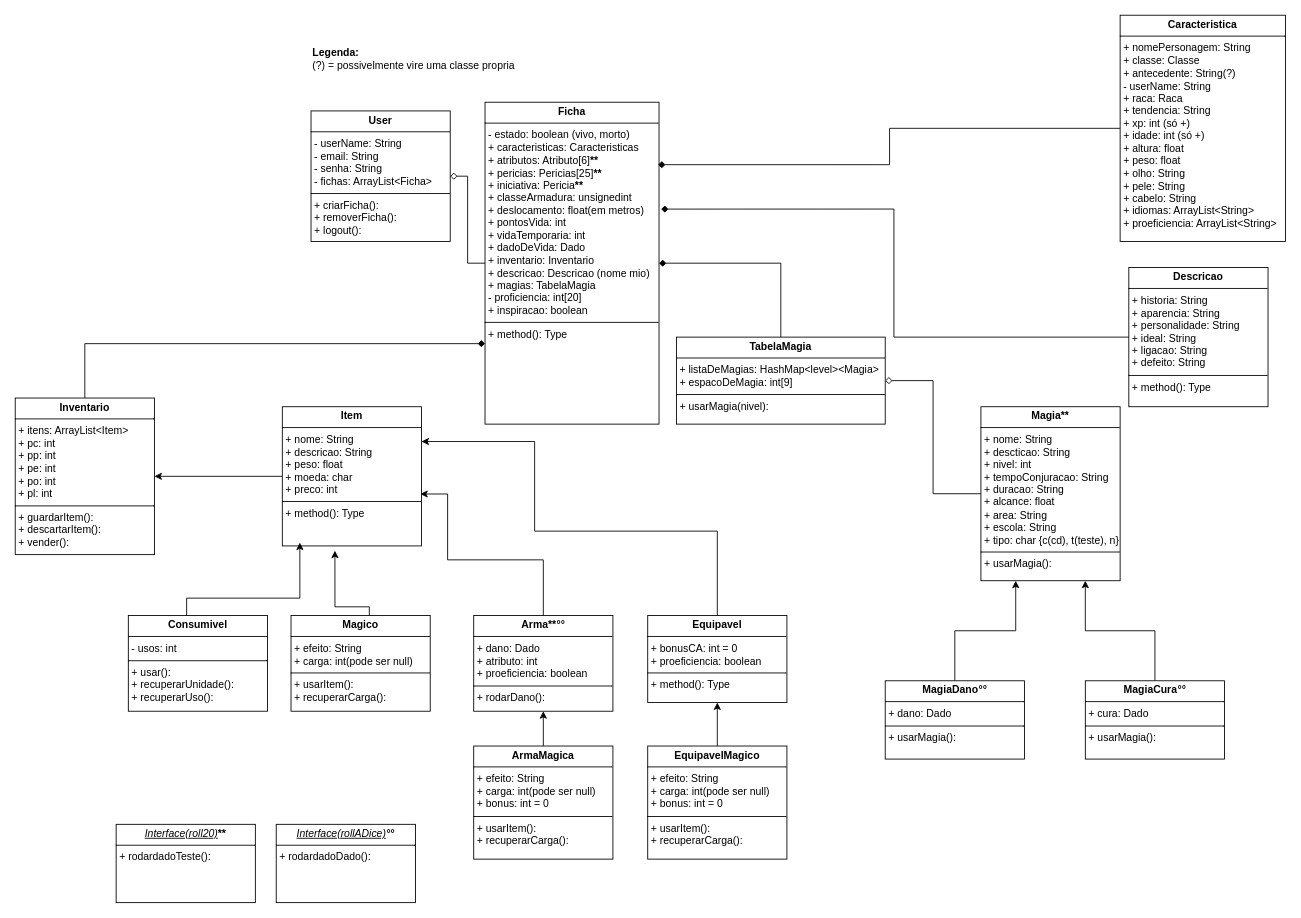
Fefeeu/App-Preenchedor-de-Fichas keeps this draw.io diagram as utilitarios/classes_RPP.drawio. Above is the earlier version. Source tidied: cells renumbered, new cells numbered last; positions are measured from the earlier drawing's top-left corner, leaving out a move shared by most shapes. Both pictures are drawn from the tidied source at 87%, with x=0, y=0 at pixel (15, 15).
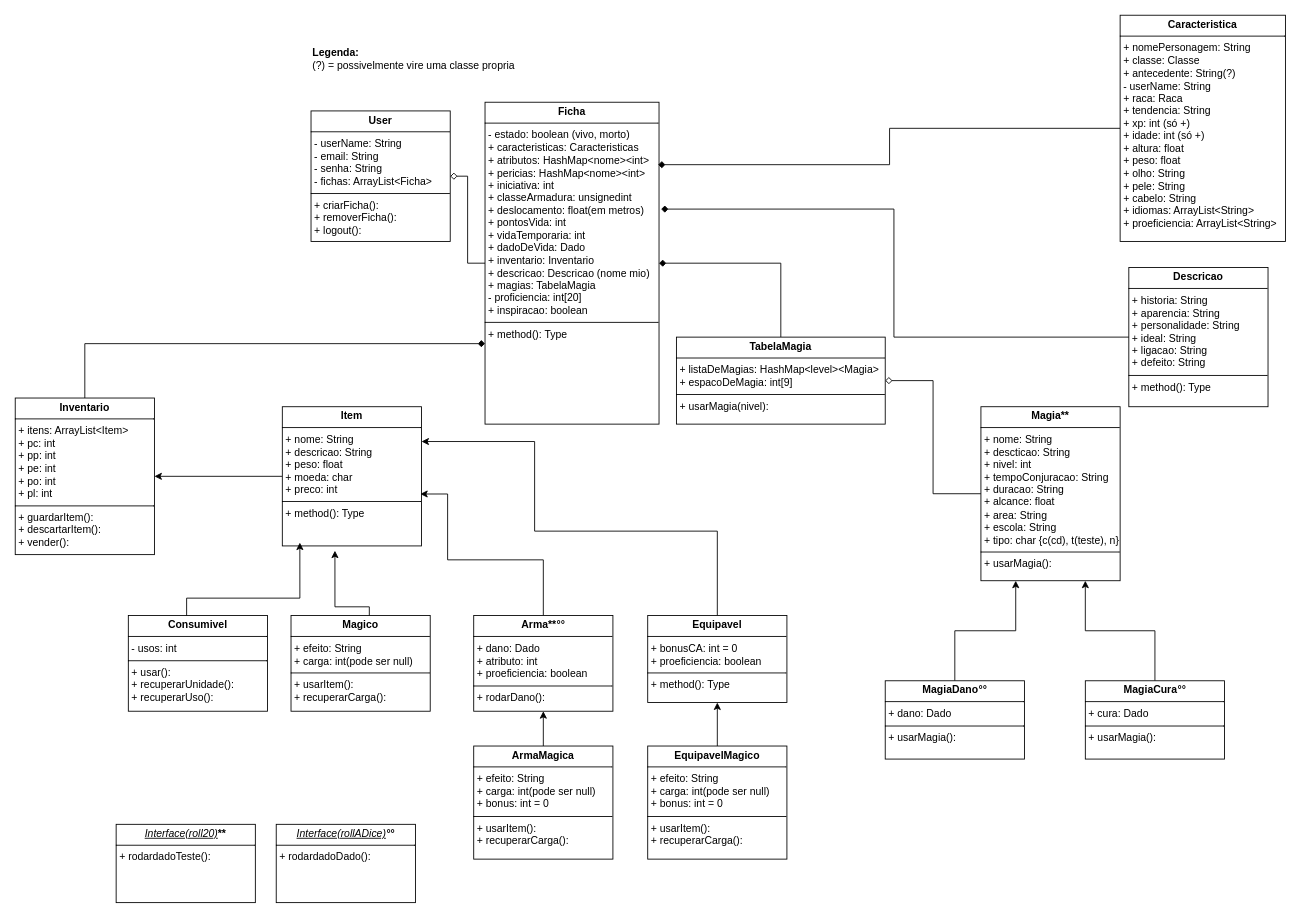
The same page after the edit.

The edit, as a diff of the source:
```diff
@@
-    <mxCell id="4" value="&lt;p style=&quot;margin:0px;margin-top:4px;text-align:center;&quot;&gt;&lt;b&gt;Ficha&lt;/b&gt;&lt;/p&gt;&lt;hr size=&quot;1&quot; style=&quot;border-style:solid;&quot;&gt;&lt;p style=&quot;margin:0px;margin-left:4px;&quot;&gt;- estado: boolean (vivo, morto)&lt;/p&gt;&lt;p style=&quot;margin:0px;margin-left:4px;&quot;&gt;+ caracteristicas: Caracteristicas&lt;/p&gt;&lt;p style=&quot;margin:0px;margin-left:4px;&quot;&gt;+ atributos: Atributo[6]&lt;b style=&quot;background-color: transparent; color: light-dark(rgb(0, 0, 0), rgb(255, 255, 255)); text-align: center;&quot;&gt;**&lt;/b&gt;&lt;/p&gt;&lt;p style=&quot;margin:0px;margin-left:4px;&quot;&gt;+ pericias: Pericias[25]&lt;b style=&quot;background-color: transparent; color: light-dark(rgb(0, 0, 0), rgb(255, 255, 255)); text-align: center;&quot;&gt;**&lt;/b&gt;&lt;/p&gt;&lt;p style=&quot;margin:0px;margin-left:4px;&quot;&gt;+ iniciativa: Pericia&lt;b style=&quot;background-color: transparent; color: light-dark(rgb(0, 0, 0), rgb(255, 255, 255)); text-align: center;&quot;&gt;**&lt;/b&gt;&lt;/p&gt;&lt;p style=&quot;margin:0px;margin-left:4px;&quot;&gt;&lt;span style=&quot;background-color: transparent; color: light-dark(rgb(0, 0, 0), rgb(255, 255, 255));&quot;&gt;+ classeArmadura: unsignedint&lt;/span&gt;&lt;/p&gt;&lt;p style=&quot;margin:0px;margin-left:4px;&quot;&gt;+ deslocamento: float(em metros)&lt;/p&gt;&lt;p style=&quot;margin:0px;margin-left:4px;&quot;&gt;+ pontosVida: int&lt;/p&gt;&lt;p style=&quot;margin:0px;margin-left:4px;&quot;&gt;+ vidaTemporaria: int&lt;/p&gt;&lt;p style=&quot;margin:0px;margin-left:4px;&quot;&gt;+ dadoDeVida: Dado&lt;/p&gt;&lt;p style=&quot;margin:0px;margin-left:4px;&quot;&gt;+ inventario: Inventario&lt;br&gt;+ descricao: Descricao (nome mio)&lt;/p&gt;&lt;p style=&quot;margin:0px;margin-left:4px;&quot;&gt;+ magias: TabelaMagia&lt;/p&gt;&lt;p style=&quot;margin:0px;margin-left:4px;&quot;&gt;- proficiencia: int[20]&lt;/p&gt;&lt;p style=&quot;margin:0px;margin-left:4px;&quot;&gt;+ inspiracao: boolean&lt;/p&gt;&lt;hr size=&quot;1&quot; style=&quot;border-style:solid;&quot;&gt;&lt;p style=&quot;margin:0px;margin-left:4px;&quot;&gt;+ method(): Type&lt;/p&gt;" style="verticalAlign=top;align=left;overflow=fill;html=1;whiteSpace=wrap;" parent="1" vertex="1">
+    <mxCell id="4" value="&lt;p style=&quot;margin:0px;margin-top:4px;text-align:center;&quot;&gt;&lt;b&gt;Ficha&lt;/b&gt;&lt;/p&gt;&lt;hr size=&quot;1&quot; style=&quot;border-style:solid;&quot;&gt;&lt;p style=&quot;margin:0px;margin-left:4px;&quot;&gt;- estado: boolean (vivo, morto)&lt;/p&gt;&lt;p style=&quot;margin:0px;margin-left:4px;&quot;&gt;+ caracteristicas: Caracteristicas&lt;/p&gt;&lt;p style=&quot;margin:0px;margin-left:4px;&quot;&gt;+ atributos: HashMap&amp;lt;nome&amp;gt;&amp;lt;int&amp;gt;&lt;/p&gt;&lt;p style=&quot;margin:0px;margin-left:4px;&quot;&gt;&lt;span style=&quot;background-color: transparent; color: light-dark(rgb(0, 0, 0), rgb(255, 255, 255));&quot;&gt;+ pericias: HashMap&lt;/span&gt;&lt;span style=&quot;background-color: transparent; color: light-dark(rgb(0, 0, 0), rgb(255, 255, 255));&quot;&gt;&amp;lt;nome&amp;gt;&lt;/span&gt;&lt;span style=&quot;background-color: transparent; color: light-dark(rgb(0, 0, 0), rgb(255, 255, 255));&quot;&gt;&amp;lt;int&amp;gt;&lt;/span&gt;&lt;/p&gt;&lt;p style=&quot;margin:0px;margin-left:4px;&quot;&gt;+ iniciativa: int&lt;/p&gt;&lt;p style=&quot;margin:0px;margin-left:4px;&quot;&gt;&lt;span style=&quot;background-color: transparent; color: light-dark(rgb(0, 0, 0), rgb(255, 255, 255));&quot;&gt;+ classeArmadura: unsignedint&lt;/span&gt;&lt;/p&gt;&lt;p style=&quot;margin:0px;margin-left:4px;&quot;&gt;+ deslocamento: float(em metros)&lt;/p&gt;&lt;p style=&quot;margin:0px;margin-left:4px;&quot;&gt;+ pontosVida: int&lt;/p&gt;&lt;p style=&quot;margin:0px;margin-left:4px;&quot;&gt;+ vidaTemporaria: int&lt;/p&gt;&lt;p style=&quot;margin:0px;margin-left:4px;&quot;&gt;+ dadoDeVida: Dado&lt;/p&gt;&lt;p style=&quot;margin:0px;margin-left:4px;&quot;&gt;+ inventario: Inventario&lt;br&gt;+ descricao: Descricao (nome mio)&lt;/p&gt;&lt;p style=&quot;margin:0px;margin-left:4px;&quot;&gt;+ magias: TabelaMagia&lt;/p&gt;&lt;p style=&quot;margin:0px;margin-left:4px;&quot;&gt;- proficiencia: int[20]&lt;/p&gt;&lt;p style=&quot;margin:0px;margin-left:4px;&quot;&gt;+ inspiracao: boolean&lt;/p&gt;&lt;hr size=&quot;1&quot; style=&quot;border-style:solid;&quot;&gt;&lt;p style=&quot;margin:0px;margin-left:4px;&quot;&gt;+ method(): Type&lt;/p&gt;" style="verticalAlign=top;align=left;overflow=fill;html=1;whiteSpace=wrap;" parent="1" vertex="1">
       <mxGeometry x="540" y="100" width="200" height="370" as="geometry" />
     </mxCell>
```
